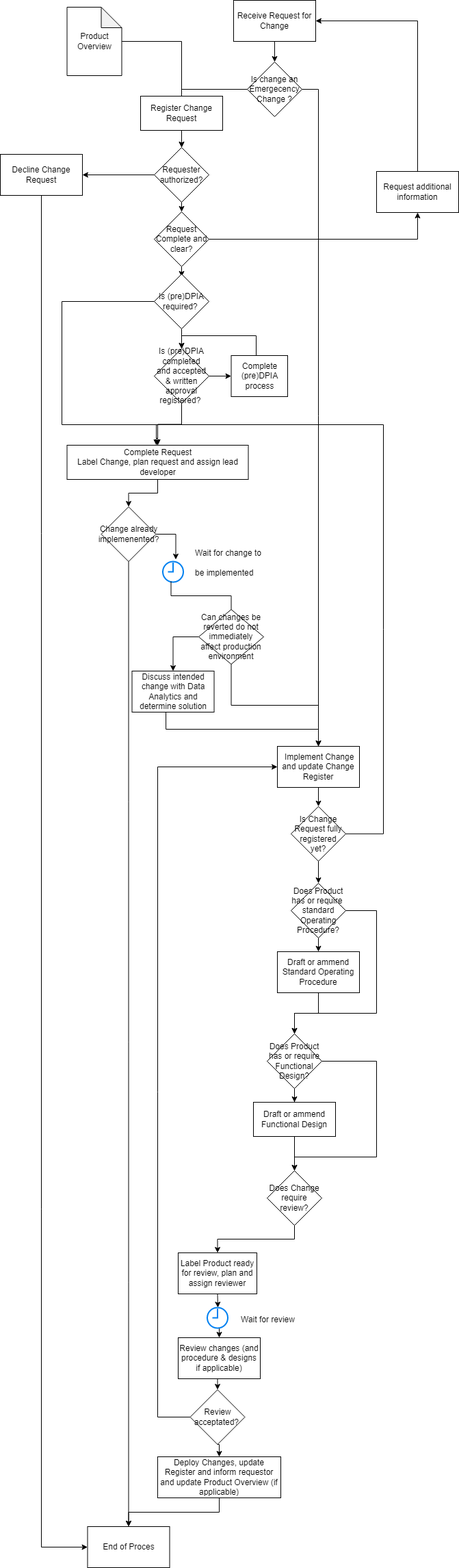
Above: changeManagementProcesFlow.drawio.png in DMPM-BoumaW/Change-Management-Proces (draw.io), before the change. Source tidied: cells renumbered, new cells last; positions are measured from the earlier drawing's top-left corner, leaving out a move shared by most shapes.
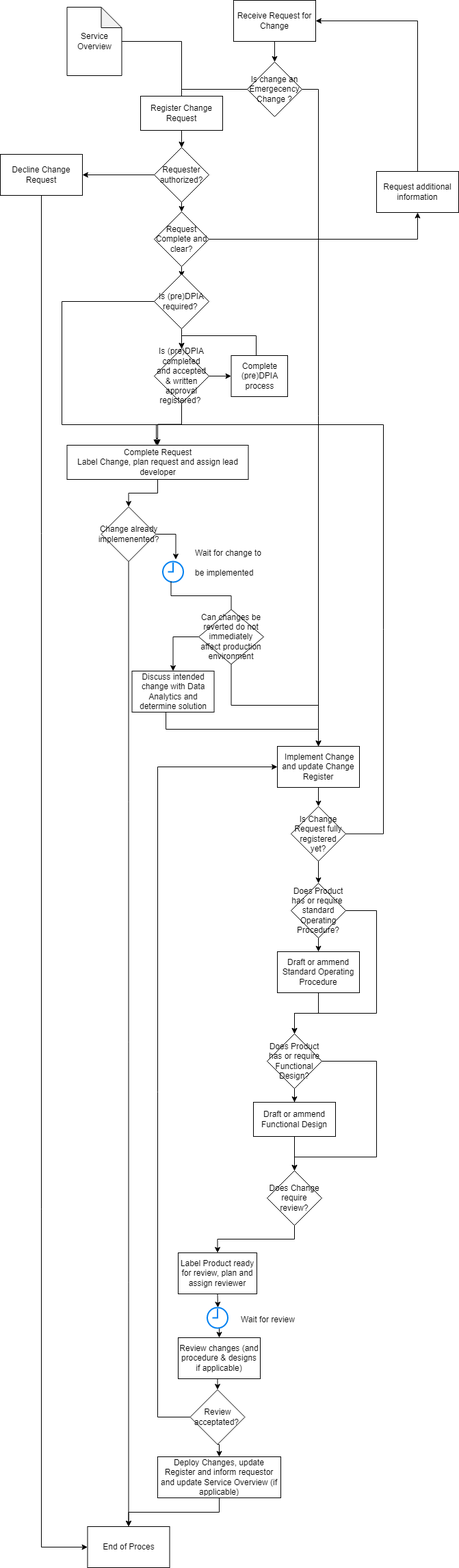
Above is the later version.

Diff of the diagram source:
```diff
@@ -244,7 +244,7 @@
     <mxCell id="66" style="edgeStyle=orthogonalEdgeStyle;rounded=0;jettySize=auto;html=1;entryX=0.5;entryY=0;entryDx=0;entryDy=0;exitX=0.5;exitY=1;exitDx=0;exitDy=0;" parent="1" edge="1" source="67" target="5">
       <mxGeometry relative="1" as="geometry" />
     </mxCell>
-    <mxCell id="67" value="Deploy Changes, update Register and inform requestor and update Product Overview&amp;nbsp;(if applicable)" style="rounded=0;whiteSpace=wrap;html=1;" parent="1" vertex="1">
+    <mxCell id="67" value="Deploy Changes, update Register and inform requestor and update Service Overview&amp;nbsp;(if applicable)" style="rounded=0;whiteSpace=wrap;html=1;" parent="1" vertex="1">
       <mxGeometry x="230" y="2128" width="180" height="60" as="geometry" />
     </mxCell>
     <mxCell id="68" style="edgeStyle=orthogonalEdgeStyle;rounded=0;jettySize=auto;html=1;entryX=0.5;entryY=0;entryDx=0;entryDy=0;startArrow=none;" parent="1" edge="1" target="2">
@@ -252,7 +252,7 @@
         <mxPoint x="265" y="190" as="sourcePoint" />
       </mxGeometry>
     </mxCell>
-    <mxCell id="69" value="Product Overview" style="shape=note;whiteSpace=wrap;html=1;backgroundOutline=1;darkOpacity=0.05;" parent="1" vertex="1">
+    <mxCell id="69" value="Service Overview" style="shape=note;whiteSpace=wrap;html=1;backgroundOutline=1;darkOpacity=0.05;" parent="1" vertex="1">
       <mxGeometry x="97.5" y="10" width="80" height="100" as="geometry" />
     </mxCell>
     <mxCell id="70" value="Register Change Request" style="rounded=0;whiteSpace=wrap;html=1;" parent="1" vertex="1">
```
